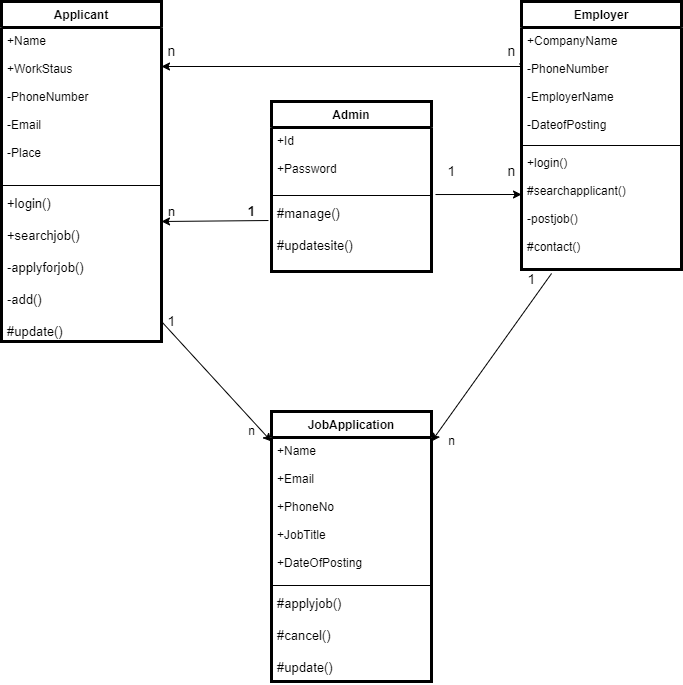
The draw.io diagram Day9/Object models/classdiagram1.png in neethupauly/ust-prograd-training, before a commit. Source tidied: cells renumbered, new cells last; positions are measured from the earlier drawing's top-left corner, leaving out a move shared by most shapes.
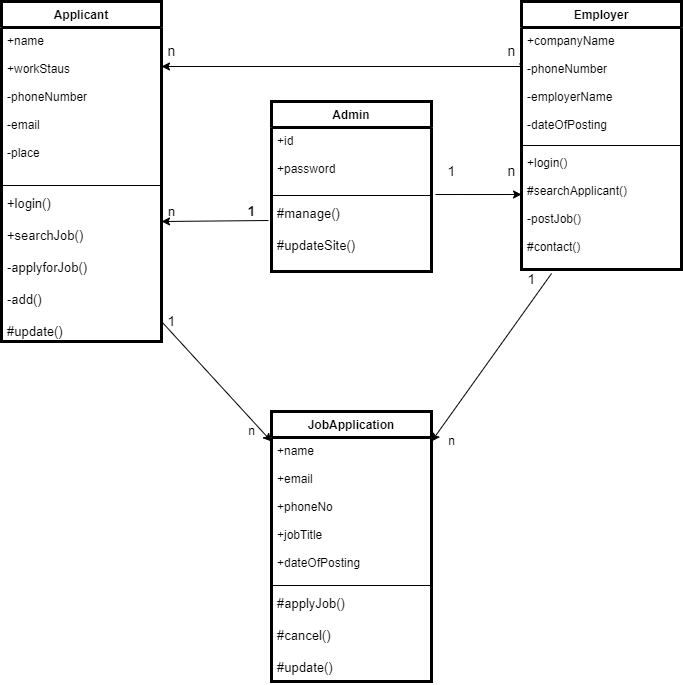
After the change.

The edit, as a diff of the source:
```diff
@@ -5,37 +5,37 @@
     <mxCell id="2" value="Applicant" style="swimlane;fontStyle=1;align=center;verticalAlign=top;horizontal=1;startSize=26;strokeWidth=3;" parent="1" vertex="1">
       <mxGeometry width="160" height="340" as="geometry" />
     </mxCell>
-    <mxCell id="3" value="+Name&#10;&#10;+WorkStaus&#10;&#10;-PhoneNumber&#10;&#10;-Email&#10;&#10;-Place&#10;&#10;" style="text;strokeColor=none;fillColor=none;align=left;verticalAlign=top;spacingLeft=4;spacingRight=4;overflow=hidden;" parent="2" vertex="1">
+    <mxCell id="3" value="+name&#10;&#10;+workStaus&#10;&#10;-phoneNumber&#10;&#10;-email&#10;&#10;-place&#10;&#10;" style="text;strokeColor=none;fillColor=none;align=left;verticalAlign=top;spacingLeft=4;spacingRight=4;overflow=hidden;" parent="2" vertex="1">
       <mxGeometry y="26" width="160" height="154" as="geometry" />
     </mxCell>
     <mxCell id="4" style="line;strokeWidth=1;fillColor=none;align=left;verticalAlign=middle;spacingTop=-1;spacingLeft=3;spacingRight=3;labelPosition=right;" parent="2" vertex="1">
       <mxGeometry y="180" width="160" height="8" as="geometry" />
     </mxCell>
-    <mxCell id="5" value="+login()&#10;&#10;+searchjob()&#10;&#10;-applyforjob()&#10;&#10;-add()&#10;&#10;#update()" style="text;strokeColor=none;fillColor=none;align=left;verticalAlign=top;spacingLeft=4;spacingRight=4;overflow=hidden;fontSize=13;" parent="2" vertex="1">
+    <mxCell id="5" value="+login()&#10;&#10;+searchJob()&#10;&#10;-applyforJob()&#10;&#10;-add()&#10;&#10;#update()" style="text;strokeColor=none;fillColor=none;align=left;verticalAlign=top;spacingLeft=4;spacingRight=4;overflow=hidden;fontSize=13;" parent="2" vertex="1">
       <mxGeometry y="188" width="160" height="152" as="geometry" />
     </mxCell>
     <mxCell id="6" value="Employer" style="swimlane;fontStyle=1;align=center;verticalAlign=top;horizontal=1;startSize=26;strokeWidth=3;" parent="1" vertex="1">
       <mxGeometry x="520" width="160" height="268" as="geometry" />
     </mxCell>
-    <mxCell id="7" value="+CompanyName&#10;&#10;-PhoneNumber&#10;&#10;-EmployerName&#10;&#10;-DateofPosting&#10;&#10;" style="text;strokeColor=none;fillColor=none;align=left;verticalAlign=top;spacingLeft=4;spacingRight=4;overflow=hidden;" parent="6" vertex="1">
+    <mxCell id="7" value="+companyName&#10;&#10;-phoneNumber&#10;&#10;-employerName&#10;&#10;-dateOfPosting&#10;&#10;" style="text;strokeColor=none;fillColor=none;align=left;verticalAlign=top;spacingLeft=4;spacingRight=4;overflow=hidden;" parent="6" vertex="1">
       <mxGeometry y="26" width="160" height="114" as="geometry" />
     </mxCell>
     <mxCell id="8" style="line;strokeWidth=1;fillColor=none;align=left;verticalAlign=middle;spacingTop=-1;spacingLeft=3;spacingRight=3;labelPosition=right;" parent="6" vertex="1">
       <mxGeometry y="140" width="160" height="8" as="geometry" />
     </mxCell>
-    <mxCell id="9" value="+login()&#10;&#10;#searchapplicant()&#10;&#10;-postjob()&#10;&#10;#contact()&#10;" style="text;strokeColor=none;fillColor=none;align=left;verticalAlign=top;spacingLeft=4;spacingRight=4;overflow=hidden;points=[[0,0.5],[1,0.5]];portConstraint=eastwest;" parent="6" vertex="1">
+    <mxCell id="9" value="+login()&#10;&#10;#searchApplicant()&#10;&#10;-postJob()&#10;&#10;#contact()&#10;" style="text;strokeColor=none;fillColor=none;align=left;verticalAlign=top;spacingLeft=4;spacingRight=4;overflow=hidden;points=[[0,0.5],[1,0.5]];portConstraint=eastwest;" parent="6" vertex="1">
       <mxGeometry y="148" width="160" height="120" as="geometry" />
     </mxCell>
     <mxCell id="10" value="Admin" style="swimlane;fontStyle=1;align=center;verticalAlign=top;horizontal=1;startSize=26;strokeWidth=3;" parent="1" vertex="1">
       <mxGeometry x="270" y="100" width="160" height="170" as="geometry" />
     </mxCell>
-    <mxCell id="11" value="+Id&#10;&#10;+Password&#10;&#10;&#10;&#10;&#10;&#10;&#10;" style="text;strokeColor=none;fillColor=none;align=left;verticalAlign=top;spacingLeft=4;spacingRight=4;overflow=hidden;" parent="10" vertex="1">
+    <mxCell id="11" value="+id&#10;&#10;+password&#10;&#10;&#10;&#10;&#10;&#10;&#10;" style="text;strokeColor=none;fillColor=none;align=left;verticalAlign=top;spacingLeft=4;spacingRight=4;overflow=hidden;" parent="10" vertex="1">
       <mxGeometry y="26" width="160" height="64" as="geometry" />
     </mxCell>
     <mxCell id="12" style="line;strokeWidth=1;fillColor=none;align=left;verticalAlign=middle;spacingTop=-1;spacingLeft=3;spacingRight=3;labelPosition=right;" parent="10" vertex="1">
       <mxGeometry y="90" width="160" height="8" as="geometry" />
     </mxCell>
-    <mxCell id="13" value="#manage()&#10;&#10;#updatesite()&#10;&#10;&#10;&#10;&#10;" style="text;strokeColor=none;fillColor=none;align=left;verticalAlign=top;spacingLeft=4;spacingRight=4;overflow=hidden;points=[[0,0.5],[1,0.5]];portConstraint=eastwest;fontSize=13;" parent="10" vertex="1">
+    <mxCell id="13" value="#manage()&#10;&#10;#updateSite()&#10;&#10;&#10;&#10;&#10;" style="text;strokeColor=none;fillColor=none;align=left;verticalAlign=top;spacingLeft=4;spacingRight=4;overflow=hidden;points=[[0,0.5],[1,0.5]];portConstraint=eastwest;fontSize=13;" parent="10" vertex="1">
       <mxGeometry y="98" width="160" height="72" as="geometry" />
     </mxCell>
     <mxCell id="14" style="endArrow=classic;html=1;rounded=0;fontSize=13;exitX=-0.019;exitY=0.292;exitDx=0;exitDy=0;exitPerimeter=0;" parent="1" edge="1" source="13">
@@ -88,13 +88,13 @@
     <mxCell id="25" value="JobApplication" style="swimlane;fontStyle=1;align=center;verticalAlign=top;horizontal=1;startSize=26;strokeWidth=3;" parent="1" vertex="1">
       <mxGeometry x="270" y="410" width="160" height="270" as="geometry" />
     </mxCell>
-    <mxCell id="26" value="+Name&#10;&#10;+Email&#10;&#10;+PhoneNo&#10;&#10;+JobTitle&#10;&#10;+DateOfPosting&#10;&#10;&#10;&#10;&#10;&#10;&#10;&#10;&#10;" style="text;strokeColor=none;fillColor=none;align=left;verticalAlign=top;spacingLeft=4;spacingRight=4;overflow=hidden;points=[[0,0.5],[1,0.5]];portConstraint=eastwest;" parent="25" vertex="1">
+    <mxCell id="26" value="+name&#10;&#10;+email&#10;&#10;+phoneNo&#10;&#10;+jobTitle&#10;&#10;+dateOfPosting&#10;&#10;&#10;&#10;&#10;&#10;&#10;&#10;&#10;" style="text;strokeColor=none;fillColor=none;align=left;verticalAlign=top;spacingLeft=4;spacingRight=4;overflow=hidden;points=[[0,0.5],[1,0.5]];portConstraint=eastwest;" parent="25" vertex="1">
       <mxGeometry y="26" width="160" height="144" as="geometry" />
     </mxCell>
     <mxCell id="27" style="line;strokeWidth=1;fillColor=none;align=left;verticalAlign=middle;spacingTop=-1;spacingLeft=3;spacingRight=3;labelPosition=right;" parent="25" vertex="1">
       <mxGeometry y="170" width="160" height="8" as="geometry" />
     </mxCell>
-    <mxCell id="28" value="#applyjob()&#10;&#10;#cancel()&#10;&#10;#update()&#10;&#10;&#10;&#10;&#10;" style="text;strokeColor=none;fillColor=none;align=left;verticalAlign=top;spacingLeft=4;spacingRight=4;overflow=hidden;fontSize=13;" parent="25" vertex="1">
+    <mxCell id="28" value="#applyJob()&#10;&#10;#cancel()&#10;&#10;#update()&#10;&#10;&#10;&#10;&#10;" style="text;strokeColor=none;fillColor=none;align=left;verticalAlign=top;spacingLeft=4;spacingRight=4;overflow=hidden;fontSize=13;" parent="25" vertex="1">
       <mxGeometry y="178" width="160" height="92" as="geometry" />
     </mxCell>
     <mxCell id="29" value="n" style="text;html=1;align=center;verticalAlign=middle;strokeColor=none;fillColor=none;" parent="1" vertex="1">
```
